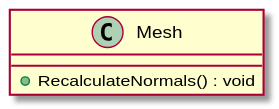
Above: UML/Core/Graphics/Mesh.svg in Zaephus/GraphicsProgramming (PlantUML), before the change.
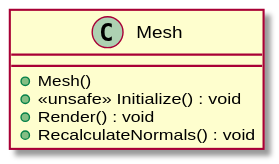
Above is the later version.

The edit, as a diff of the source:
```diff
@@ -1,5 +1,8 @@
 @startuml
 class Mesh {
+    + Mesh()
+    + <<unsafe>> Initialize() : void
+    + Render() : void
     + RecalculateNormals() : void
 }
 @enduml
```
